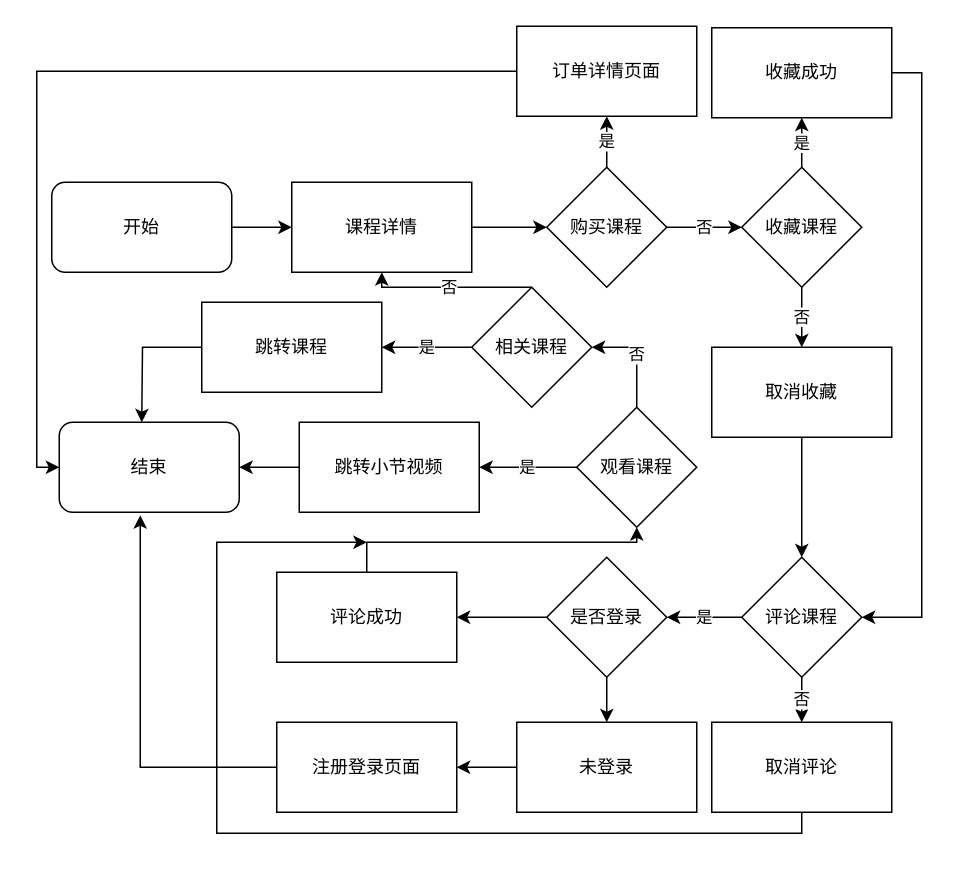
Above: page "课程详情" (6 of 8) of 前台.drawio in luoZH111/imags (draw.io), before the change. Source tidied: cells renumbered, new cells numbered last; positions are measured from the earlier drawing's top-left corner, leaving out a move shared by most shapes. Both pictures are drawn from the tidied source at 150%, with x=0, y=0 at pixel (36, 26).
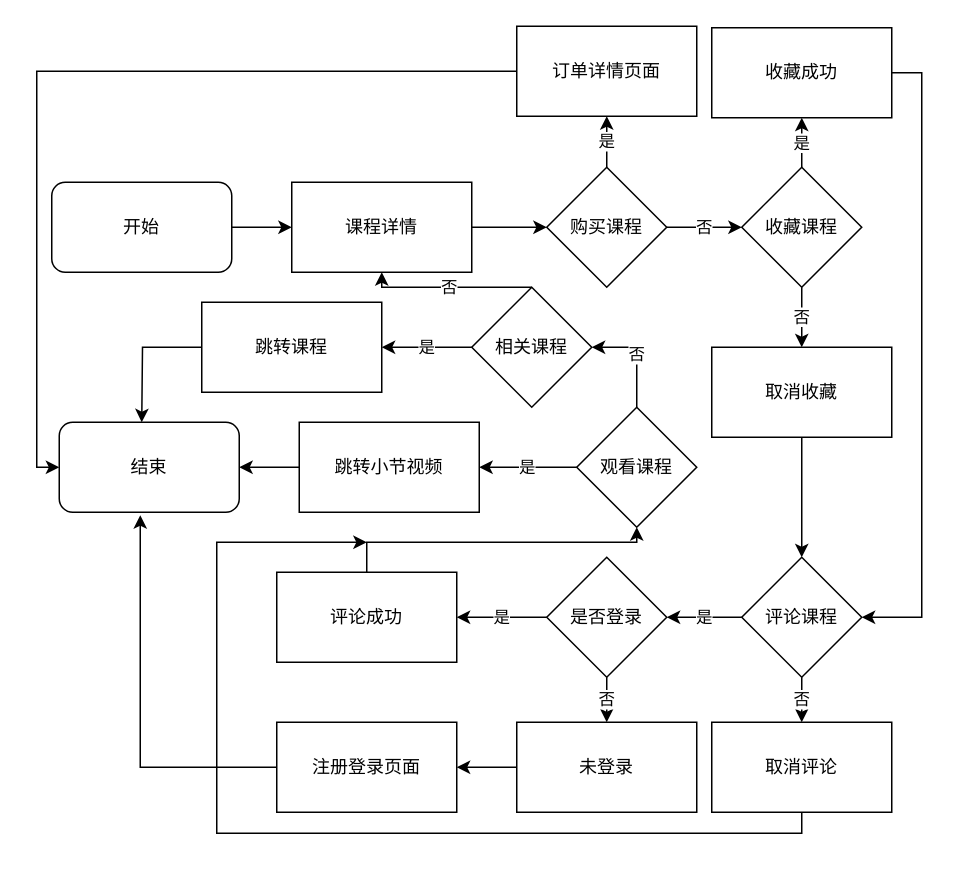
The same page after the edit.

The change refers to these unchanged cells:
```xml
<mxCell id="24" value="是否登录" style="rhombus;whiteSpace=wrap;html=1;" parent="1" vertex="1">
  <mxGeometry x="340" y="354" width="80" height="80" as="geometry" />
</mxCell>
<mxCell id="26" value="未登录" style="whiteSpace=wrap;html=1;" parent="1" vertex="1">
  <mxGeometry x="320" y="464" width="120" height="60" as="geometry" />
</mxCell>
<mxCell id="30" value="评论成功" style="whiteSpace=wrap;html=1;" parent="1" vertex="1">
  <mxGeometry x="160" y="364" width="120" height="60" as="geometry" />
</mxCell>
```

What changed in the source:
```diff
@@
-    <mxCell id="22" style="edgeStyle=orthogonalEdgeStyle;rounded=0;jettySize=auto;html=1;" parent="1" edge="1" source="24" target="26">
+    <mxCell id="22" value="否" style="edgeStyle=orthogonalEdgeStyle;rounded=0;jettySize=auto;html=1;" parent="1" edge="1" source="24" target="26">
       <mxGeometry relative="1" as="geometry" />
     </mxCell>
-    <mxCell id="23" style="edgeStyle=orthogonalEdgeStyle;rounded=0;jettySize=auto;html=1;" parent="1" edge="1" source="24" target="30">
+    <mxCell id="23" value="是" style="edgeStyle=orthogonalEdgeStyle;rounded=0;jettySize=auto;html=1;" parent="1" edge="1" source="24" target="30">
       <mxGeometry relative="1" as="geometry" />
     </mxCell>
```
